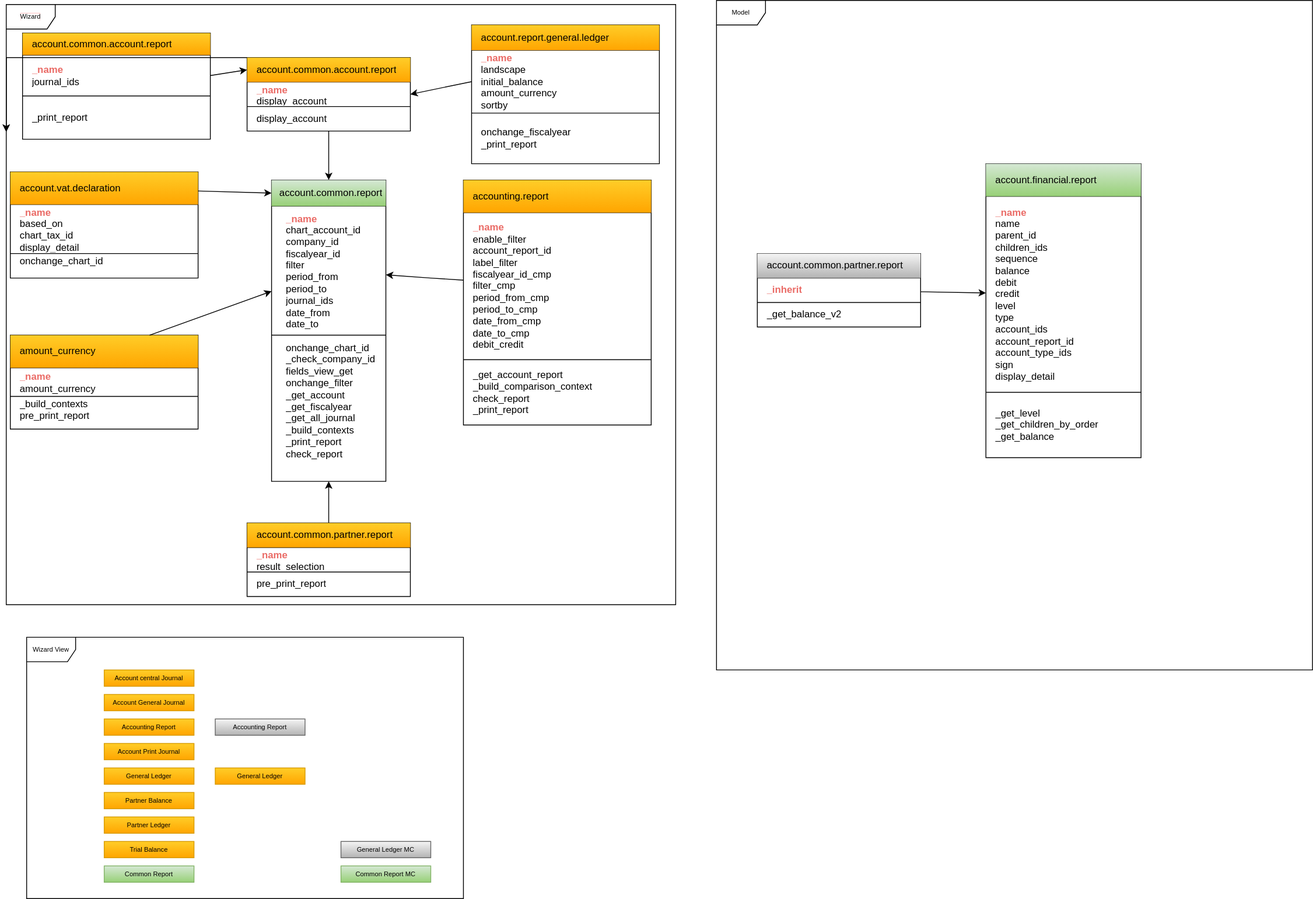
This is Actions.drawio.svg from jp-sft/odoo-models-diagrams, a draw.io export, as it was before one commit. Source tidied: cells renumbered, new cells last; positions are measured from the earlier drawing's top-left corner, leaving out a move shared by most shapes.
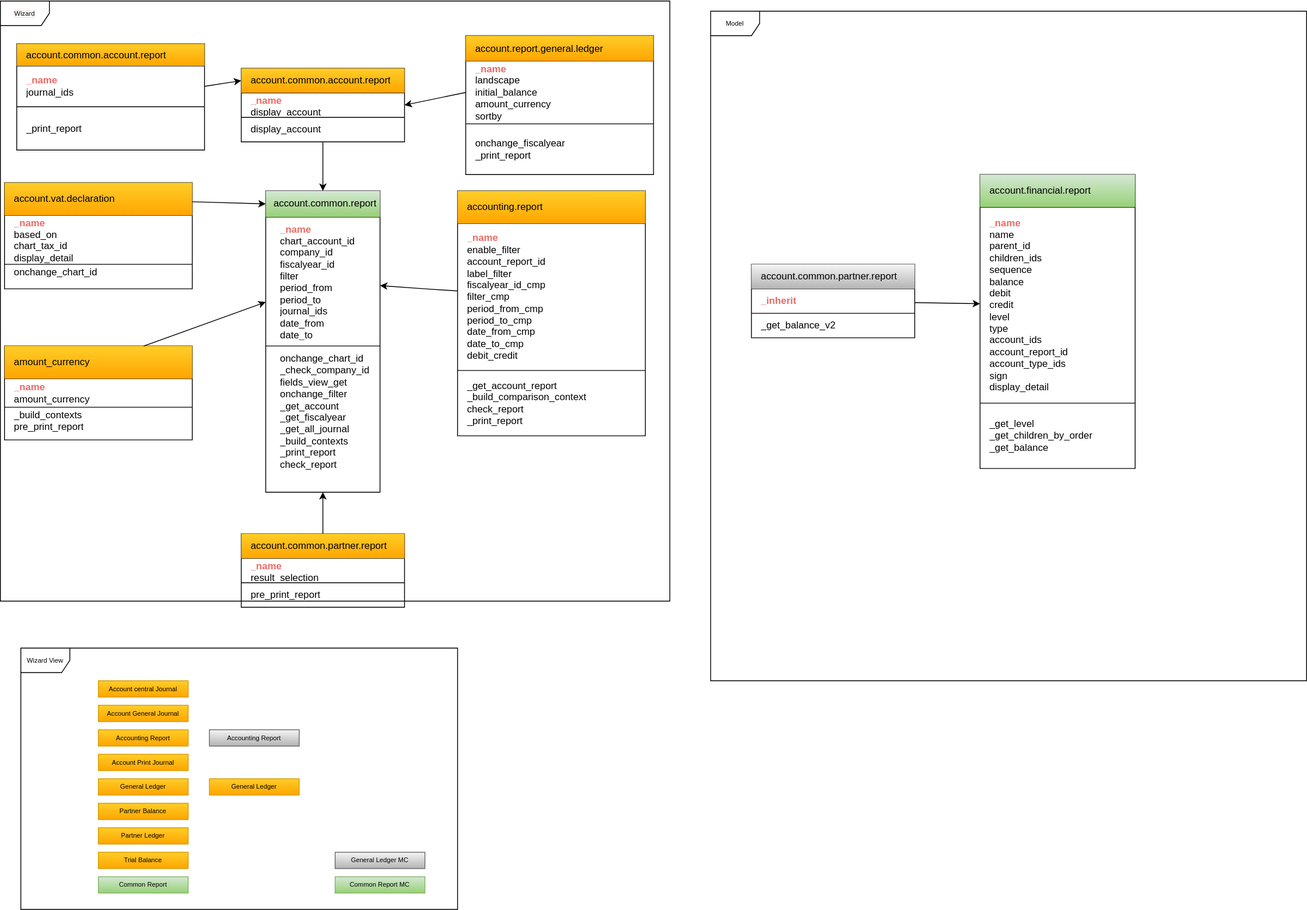
The same diagram one commit later.

Diff of the diagram source:
```diff
@@ -9,20 +9,8 @@
       <mxGeometry x="870" width="730" height="820" as="geometry" />
     </mxCell>
     <mxCell id="4" value="&lt;span style=&quot;background-color: rgb(255, 255, 255);&quot;&gt;Wizard&lt;/span&gt;" style="shape=umlFrame;whiteSpace=wrap;html=1;shadow=0;labelBackgroundColor=red;fillStyle=auto;fontSize=8;" parent="1" vertex="1">
-      <mxGeometry y="5" width="820" height="735" as="geometry" />
+      <mxGeometry y="-12.5" width="820" height="735" as="geometry" />
     </mxCell>
-    <mxCell id="5" style="edgeStyle=orthogonalEdgeStyle;rounded=0;orthogonalLoop=1;jettySize=auto;html=1;fontSize=12;fontColor=default;align=left;spacingLeft=10;" parent="1" edge="1">
-      <mxGeometry relative="1" as="geometry">
-        <mxPoint x="400" y="70" as="sourcePoint" />
-        <mxPoint y="161" as="targetPoint" />
-      </mxGeometry>
-    </mxCell>
-    <mxCell id="6" style="edgeStyle=orthogonalEdgeStyle;rounded=0;orthogonalLoop=1;jettySize=auto;html=1;fontSize=12;fontColor=default;align=left;spacingLeft=10;" parent="1" edge="1">
-      <mxGeometry relative="1" as="geometry">
-        <mxPoint x="400" y="70" as="sourcePoint" />
-        <mxPoint y="161" as="targetPoint" />
-      </mxGeometry>
-    </mxCell>
     <mxCell id="7" style="shape=table;startSize=0;labelBackgroundColor=none;fontSize=12;fontColor=default;fillColor=none;html=0;align=left;spacingLeft=10;" parent="1" vertex="1">
       <mxGeometry x="325" y="220" width="140" height="369" as="geometry" />
     </mxCell>
```
